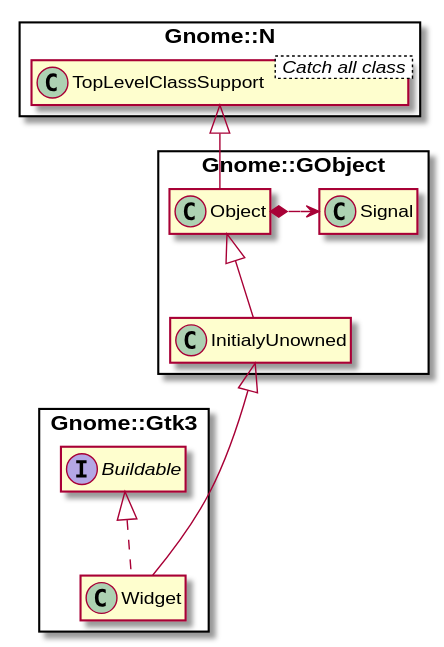
Above: docs/content-docs/reference/Gtk3/plantuml/Widget.svg in MARTIMM/gnome-gtk3 (PlantUML), before the change. Source of this version:
```plantuml
@startuml
skinparam packageStyle rectangle
set namespaceSeparator ::
hide members


class Gnome::N::TopLevelClassSupport < Catch all class >
Gnome::N::TopLevelClassSupport <|-- Gnome::GObject::Object

Gnome::GObject::Object <|-- Gnome::GObject::InitialyUnowned
Gnome::GObject::Object *-> Gnome::GObject::Signal

Gnome::GObject::InitialyUnowned <|--- Gnome::Gtk3::Widget
class Gnome::Gtk3::Widget implements Gnome::Gtk3::Buildable












@enduml
```
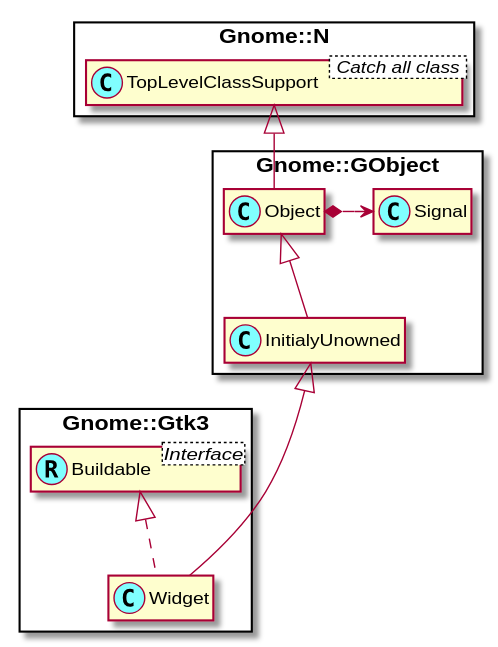
After the commit.

What changed in the source:
```diff
@@ -1,11 +1,15 @@
 @startuml
 skinparam packageStyle rectangle
+skinparam stereotypeCBackgroundColor #80ffff
 set namespaceSeparator ::
 hide members
 
 
 class Gnome::N::TopLevelClassSupport < Catch all class >
 Gnome::N::TopLevelClassSupport <|-- Gnome::GObject::Object
+
+Interface Gnome::Gtk3::Buildable <Interface>
+class Gnome::Gtk3::Buildable <<(R,#80ffff)>>
 
 Gnome::GObject::Object <|-- Gnome::GObject::InitialyUnowned
 Gnome::GObject::Object *-> Gnome::GObject::Signal
```
